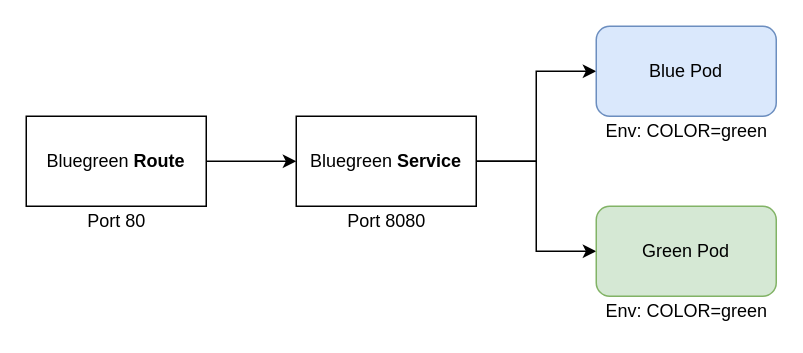
Earlier version of the draw.io diagram docs/bluegreen-services.drawio (atiouajni/bluegreen-istio). Source tidied: cells renumbered, new cells numbered last; positions are measured from the earlier drawing's top-left corner, leaving out a move shared by most shapes. Both pictures are drawn from the tidied source at 150%, with x=0, y=0 at pixel (26, 26).
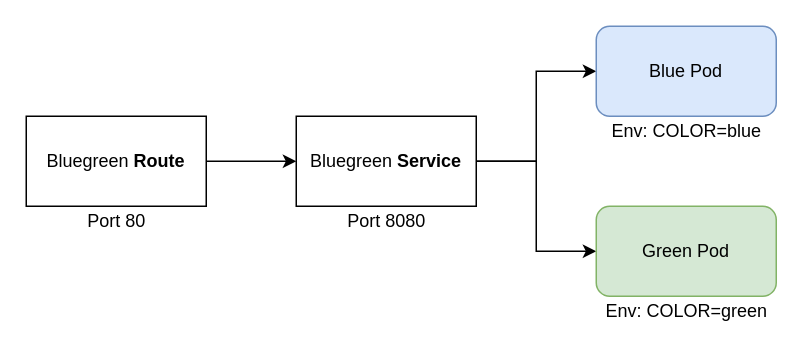
The same diagram, later.

What changed in the source:
```diff
@@
 <mxGraphModel>
   <root>
     <mxCell id="0" />
     <mxCell id="1" parent="0" />
     <mxCell id="2" style="edgeStyle=orthogonalEdgeStyle;rounded=0;jettySize=auto;html=1;" parent="1" edge="1" source="4" target="6">
       <mxGeometry relative="1" as="geometry">
         <Array as="points">
           <mxPoint x="340" y="90" />
           <mxPoint x="340" y="30" />
         </Array>
       </mxGeometry>
     </mxCell>
     <mxCell id="3" style="edgeStyle=orthogonalEdgeStyle;rounded=0;jettySize=auto;html=1;entryX=0;entryY=0.5;entryDx=0;entryDy=0;" parent="1" edge="1" source="4" target="5">
       <mxGeometry relative="1" as="geometry" />
     </mxCell>
     <mxCell id="4" value="Bluegreen &lt;b&gt;Service&lt;/b&gt;" style="rounded=0;whiteSpace=wrap;html=1;" parent="1" vertex="1">
       <mxGeometry x="180" y="60" width="120" height="60" as="geometry" />
     </mxCell>
     <mxCell id="5" value="Green Pod" style="rounded=1;whiteSpace=wrap;html=1;fillColor=#d5e8d4;strokeColor=#82b366;" parent="1" vertex="1">
       <mxGeometry x="380" y="120" width="120" height="60" as="geometry" />
     </mxCell>
     <mxCell id="6" value="Blue Pod" style="rounded=1;whiteSpace=wrap;html=1;fillColor=#dae8fc;strokeColor=#6c8ebf;" parent="1" vertex="1">
       <mxGeometry x="380" width="120" height="60" as="geometry" />
     </mxCell>
     <mxCell id="7" style="edgeStyle=orthogonalEdgeStyle;rounded=0;jettySize=auto;html=1;" parent="1" edge="1" source="8" target="4">
       <mxGeometry relative="1" as="geometry" />
     </mxCell>
     <mxCell id="8" value="Bluegreen &lt;b&gt;Route&lt;/b&gt;" style="rounded=0;whiteSpace=wrap;html=1;" parent="1" vertex="1">
       <mxGeometry y="60" width="120" height="60" as="geometry" />
     </mxCell>
     <mxCell id="9" value="Port 8080" style="text;html=1;align=center;verticalAlign=middle;" parent="1" vertex="1">
       <mxGeometry x="205" y="120" width="70" height="20" as="geometry" />
     </mxCell>
     <mxCell id="10" value="Port 80" style="text;html=1;align=center;verticalAlign=middle;" parent="1" vertex="1">
       <mxGeometry x="35" y="120" width="50" height="20" as="geometry" />
     </mxCell>
-    <mxCell id="11" value="Env: COLOR=green" style="text;html=1;align=center;verticalAlign=middle;" parent="1" vertex="1">
+    <mxCell id="11" value="Env: COLOR=blue" style="text;html=1;align=center;verticalAlign=middle;" parent="1" vertex="1">
       <mxGeometry x="380" y="60" width="120" height="20" as="geometry" />
     </mxCell>
     <mxCell id="12" value="Env: COLOR=green" style="text;html=1;align=center;verticalAlign=middle;" parent="1" vertex="1">
       <mxGeometry x="380" y="180" width="120" height="20" as="geometry" />
     </mxCell>
   </root>
 </mxGraphModel>
```
